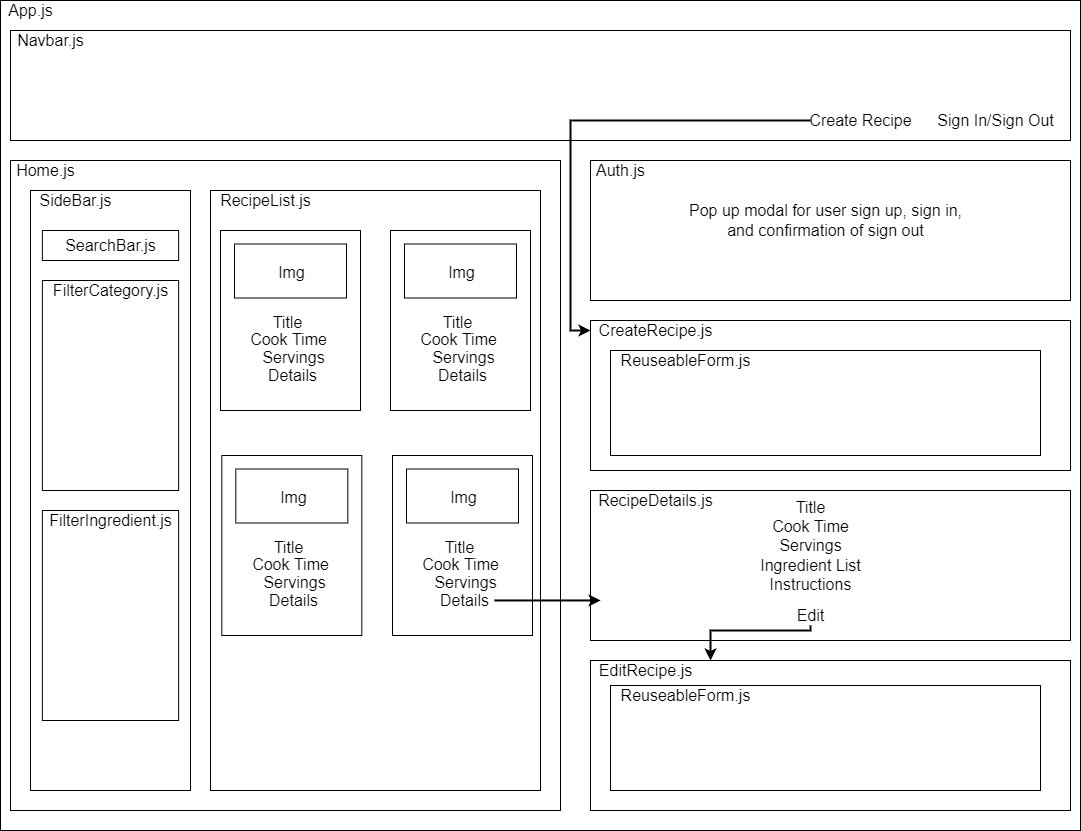
kpundt93/capstone keeps this draw.io diagram as component-diagram.drawio.png. Above is the earlier version. Source tidied: cells renumbered, new cells last; positions are measured from the earlier drawing's top-left corner, leaving out a move shared by most shapes.
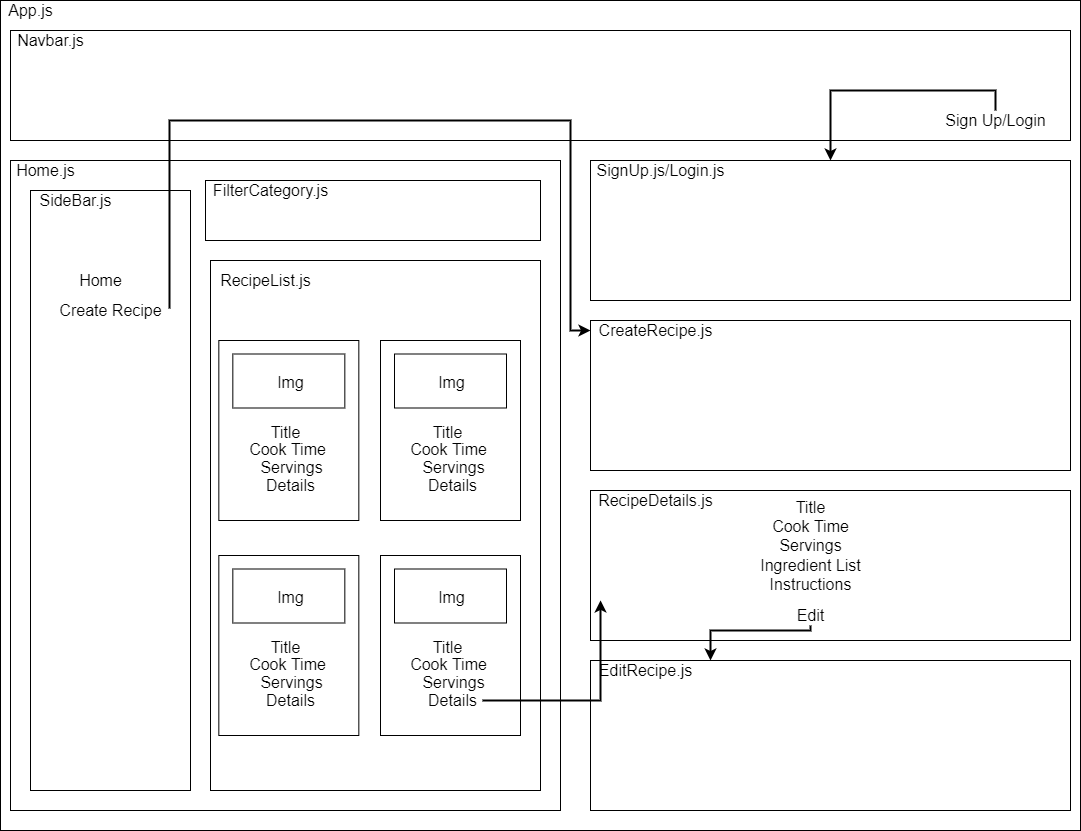
Above is the later version.

Diff of the diagram source:
```diff
@@ -20,26 +20,22 @@
     <mxCell id="7" style="whiteSpace=wrap;html=1;fontSize=18;" parent="1" vertex="1">
       <mxGeometry x="30" y="190" width="160" height="600" as="geometry" />
     </mxCell>
-    <mxCell id="8" style="whiteSpace=wrap;html=1;fontSize=18;" parent="1" vertex="1">
-      <mxGeometry x="41.9" y="230" width="136.2" height="30" as="geometry" />
-    </mxCell>
-    <mxCell id="9" value="SearchBar.js" style="text;html=1;align=center;verticalAlign=middle;fillColor=none;strokeColor=none;fontSize=16;" parent="1" vertex="1">
-      <mxGeometry x="55" y="235" width="110" height="20" as="geometry" />
-    </mxCell>
     <mxCell id="10" value="SideBar.js" style="text;html=1;align=center;verticalAlign=middle;fillColor=none;strokeColor=none;fontSize=16;" parent="1" vertex="1">
       <mxGeometry x="30" y="190" width="90" height="20" as="geometry" />
     </mxCell>
-    <mxCell id="11" style="whiteSpace=wrap;html=1;fontSize=18;" parent="1" vertex="1">
-      <mxGeometry x="41.9" y="280" width="136.2" height="210" as="geometry" />
-    </mxCell>
-    <mxCell id="12" value="FilterCategory.js" style="text;html=1;align=center;verticalAlign=middle;fillColor=none;strokeColor=none;fontSize=16;" parent="1" vertex="1">
-      <mxGeometry x="45" y="280" width="130" height="20" as="geometry" />
-    </mxCell>
     <mxCell id="13" value="Create Recipe" style="text;html=1;align=center;verticalAlign=middle;points=[];fillColor=none;strokeColor=none;fontSize=16;" parent="1" vertex="1">
-      <mxGeometry x="800" y="110" width="120" height="20" as="geometry" />
+      <mxGeometry x="50" y="300" width="120" height="20" as="geometry" />
     </mxCell>
+    <mxCell id="74" style="edgeStyle=orthogonalEdgeStyle;rounded=0;jettySize=auto;html=1;fontSize=16;strokeWidth=2;entryX=0.5;entryY=0;entryDx=0;entryDy=0;" parent="1" edge="1" source="14" target="21">
+      <mxGeometry relative="1" as="geometry">
+        <Array as="points">
+          <mxPoint x="995" y="90" />
+          <mxPoint x="830" y="90" />
+        </Array>
+      </mxGeometry>
+    </mxCell>
-    <mxCell id="14" value="Sign In/Sign Out" style="text;html=1;align=center;verticalAlign=middle;points=[];fillColor=none;strokeColor=none;fontSize=16;" parent="1" vertex="1">
-      <mxGeometry x="930" y="110" width="130" height="20" as="geometry" />
+    <mxCell id="14" value="Sign Up/Login" style="text;html=1;align=center;verticalAlign=middle;points=[];fillColor=none;strokeColor=none;fontSize=16;" parent="1" vertex="1">
+      <mxGeometry x="935" y="110" width="120" height="20" as="geometry" />
     </mxCell>
     <mxCell id="15" style="whiteSpace=wrap;html=1;fontSize=16;" parent="1" vertex="1">
       <mxGeometry x="590" y="320" width="480" height="150" as="geometry" />
@@ -47,12 +43,6 @@
     <mxCell id="16" value="CreateRecipe.js" style="text;html=1;align=center;verticalAlign=middle;points=[];fillColor=none;strokeColor=none;fontSize=16;" parent="1" vertex="1">
       <mxGeometry x="590" y="320" width="130" height="20" as="geometry" />
     </mxCell>
-    <mxCell id="17" style="whiteSpace=wrap;html=1;fontSize=16;" parent="1" vertex="1">
-      <mxGeometry x="610" y="350" width="430" height="105" as="geometry" />
-    </mxCell>
-    <mxCell id="18" value="ReuseableForm.js" style="text;html=1;align=center;verticalAlign=middle;fillColor=none;strokeColor=none;fontSize=16;" parent="1" vertex="1">
-      <mxGeometry x="610" y="350" width="150" height="20" as="geometry" />
-    </mxCell>
     <mxCell id="19" style="whiteSpace=wrap;html=1;fontSize=16;" parent="1" vertex="1">
       <mxGeometry x="590" y="490" width="480" height="150" as="geometry" />
     </mxCell>
@@ -62,20 +52,17 @@
     <mxCell id="21" style="whiteSpace=wrap;html=1;fontSize=16;" parent="1" vertex="1">
       <mxGeometry x="590" y="160" width="480" height="140" as="geometry" />
     </mxCell>
-    <mxCell id="22" style="edgeStyle=orthogonalEdgeStyle;jettySize=auto;html=1;fontSize=16;fillColor=default;rounded=0;strokeWidth=2;" parent="1" edge="1" target="16">
+    <mxCell id="22" style="edgeStyle=orthogonalEdgeStyle;jettySize=auto;html=1;fontSize=16;fillColor=default;rounded=0;strokeWidth=2;exitX=0.992;exitY=0.4;exitDx=0;exitDy=0;exitPerimeter=0;" parent="1" edge="1" source="13" target="16">
       <mxGeometry relative="1" as="geometry">
-        <mxPoint x="810" y="120" as="sourcePoint" />
         <Array as="points">
+          <mxPoint x="169" y="120" />
           <mxPoint x="570" y="120" />
           <mxPoint x="570" y="330" />
         </Array>
       </mxGeometry>
     </mxCell>
-    <mxCell id="23" value="&lt;font style=&quot;font-size: 16px&quot;&gt;Pop up modal for user sign up, sign in,&lt;br&gt;and confirmation of sign out&lt;br&gt;&lt;/font&gt;" style="text;html=1;align=center;verticalAlign=middle;fillColor=none;strokeColor=none;rounded=0;" parent="1" vertex="1">
-      <mxGeometry x="680" y="200" width="290" height="40" as="geometry" />
-    </mxCell>
-    <mxCell id="24" value="Auth.js" style="text;html=1;align=center;verticalAlign=middle;fillColor=none;strokeColor=none;rounded=0;fontSize=16;" parent="1" vertex="1">
-      <mxGeometry x="590" y="160" width="60" height="20" as="geometry" />
+    <mxCell id="24" value="SignUp.js/Login.js" style="text;html=1;align=center;verticalAlign=middle;fillColor=none;strokeColor=none;rounded=0;fontSize=16;" parent="1" vertex="1">
+      <mxGeometry x="590" y="160" width="140" height="20" as="geometry" />
     </mxCell>
     <mxCell id="25" value="RecipeDetails.js" style="text;html=1;align=center;verticalAlign=middle;fillColor=none;strokeColor=none;rounded=0;fontSize=16;" parent="1" vertex="1">
       <mxGeometry x="590" y="490" width="130" height="20" as="geometry" />
@@ -83,20 +70,14 @@
     <mxCell id="26" value="Home.js" style="text;html=1;align=center;verticalAlign=middle;fillColor=none;strokeColor=none;rounded=0;fontSize=16;" parent="1" vertex="1">
       <mxGeometry x="10" y="160" width="70" height="20" as="geometry" />
     </mxCell>
-    <mxCell id="27" style="whiteSpace=wrap;html=1;fontSize=18;" parent="1" vertex="1">
-      <mxGeometry x="41.9" y="510" width="136.2" height="210" as="geometry" />
-    </mxCell>
-    <mxCell id="28" value="FilterIngredient.js" style="text;html=1;align=center;verticalAlign=middle;fillColor=none;strokeColor=none;fontSize=16;" parent="1" vertex="1">
-      <mxGeometry x="40" y="510" width="140" height="20" as="geometry" />
-    </mxCell>
     <mxCell id="29" style="whiteSpace=wrap;html=1;fontSize=16;" parent="1" vertex="1">
-      <mxGeometry x="210" y="190" width="330" height="600" as="geometry" />
+      <mxGeometry x="210" y="260" width="330" height="530" as="geometry" />
     </mxCell>
     <mxCell id="30" value="RecipeList.js" style="text;html=1;align=center;verticalAlign=middle;fillColor=none;strokeColor=none;rounded=0;fontSize=16;" parent="1" vertex="1">
-      <mxGeometry x="210" y="190" width="110" height="20" as="geometry" />
+      <mxGeometry x="210" y="270" width="110" height="20" as="geometry" />
     </mxCell>
     <mxCell id="31" style="group;" parent="1" vertex="1">
-      <mxGeometry x="220" y="230" width="140" height="180" as="geometry" />
+      <mxGeometry x="218.3" y="340" width="140" height="180" as="geometry" />
     </mxCell>
     <mxCell id="32" style="group;" parent="31" vertex="1">
       <mxGeometry width="140" height="180" as="geometry" />
@@ -123,7 +104,7 @@
       <mxGeometry x="42" y="135" width="60" height="20" as="geometry" />
     </mxCell>
     <mxCell id="40" style="group;" parent="1" vertex="1">
-      <mxGeometry x="390" y="230" width="140" height="180" as="geometry" />
+      <mxGeometry x="380" y="340" width="140" height="180" as="geometry" />
     </mxCell>
     <mxCell id="41" style="group;" parent="40" vertex="1">
       <mxGeometry width="140" height="180" as="geometry" />
@@ -150,7 +131,7 @@
       <mxGeometry x="42" y="135" width="60" height="20" as="geometry" />
     </mxCell>
     <mxCell id="49" style="group;" parent="1" vertex="1">
-      <mxGeometry x="221.3" y="455" width="140" height="180" as="geometry" />
+      <mxGeometry x="218.3" y="555" width="140" height="180" as="geometry" />
     </mxCell>
     <mxCell id="50" style="group;" parent="49" vertex="1">
       <mxGeometry width="140" height="180" as="geometry" />
@@ -177,7 +158,7 @@
       <mxGeometry x="42" y="135" width="60" height="20" as="geometry" />
     </mxCell>
     <mxCell id="58" style="group;" parent="1" vertex="1">
-      <mxGeometry x="392" y="455" width="140" height="180" as="geometry" />
+      <mxGeometry x="380" y="555" width="140" height="180" as="geometry" />
     </mxCell>
     <mxCell id="59" style="group;" parent="58" vertex="1">
       <mxGeometry width="140" height="180" as="geometry" />
@@ -223,11 +204,14 @@
     <mxCell id="71" value="Edit" style="text;html=1;align=center;verticalAlign=middle;points=[];fillColor=none;strokeColor=none;rounded=0;fontSize=16;" parent="1" vertex="1">
       <mxGeometry x="790" y="605" width="40" height="20" as="geometry" />
     </mxCell>
-    <mxCell id="72" style="whiteSpace=wrap;html=1;fontSize=16;" parent="1" vertex="1">
-      <mxGeometry x="610" y="685" width="430" height="105" as="geometry" />
-    </mxCell>
-    <mxCell id="73" value="ReuseableForm.js" style="text;html=1;align=center;verticalAlign=middle;fillColor=none;strokeColor=none;fontSize=16;" parent="1" vertex="1">
-      <mxGeometry x="610" y="685" width="150" height="20" as="geometry" />
-    </mxCell>
+    <mxCell id="75" value="&lt;font style=&quot;font-size: 16px&quot;&gt;Home&lt;/font&gt;" style="text;html=1;align=center;verticalAlign=middle;fillColor=none;strokeColor=none;rounded=0;" parent="1" vertex="1">
+      <mxGeometry x="70" y="270" width="60" height="20" as="geometry" />
+    </mxCell>
+    <mxCell id="76" style="whiteSpace=wrap;html=1;fontSize=16;" parent="1" vertex="1">
+      <mxGeometry x="205" y="180" width="335" height="60" as="geometry" />
+    </mxCell>
+    <mxCell id="12" value="FilterCategory.js" style="text;html=1;align=center;verticalAlign=middle;fillColor=none;strokeColor=none;fontSize=16;" parent="1" vertex="1">
+      <mxGeometry x="205" y="180" width="130" height="20" as="geometry" />
+    </mxCell>
   </root>
 </mxGraphModel>
```
